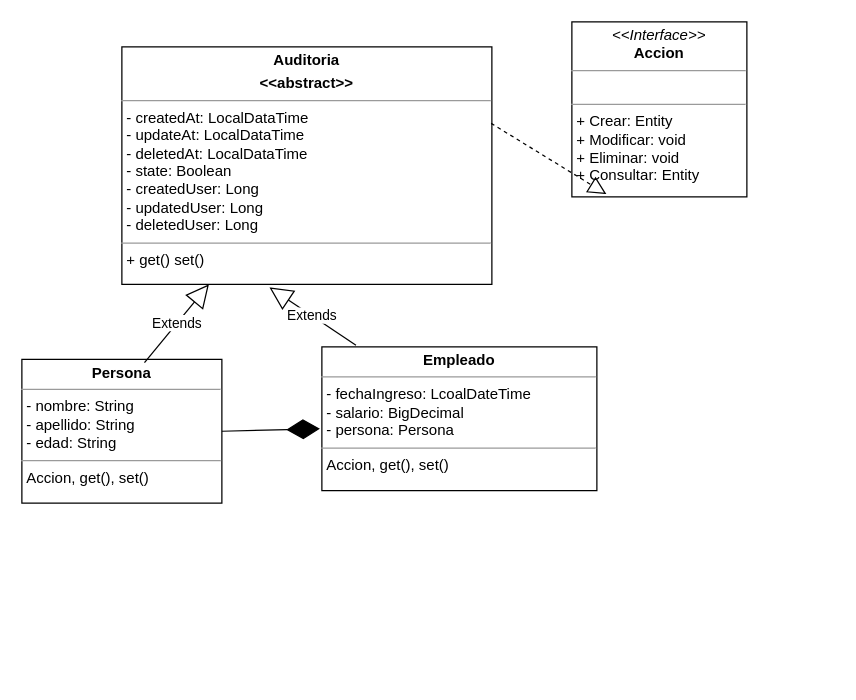
Earlier version of the draw.io diagram 10-Sesión-05-10/Ejemplo.drawio (code-corhuila/analisis-sistemas-2023-b). Source tidied: cells renumbered, new cells numbered last; positions are measured from the earlier drawing's top-left corner, leaving out a move shared by most shapes. Both pictures are drawn from the tidied source at 125%, with x=0, y=0 at pixel (21, 21).
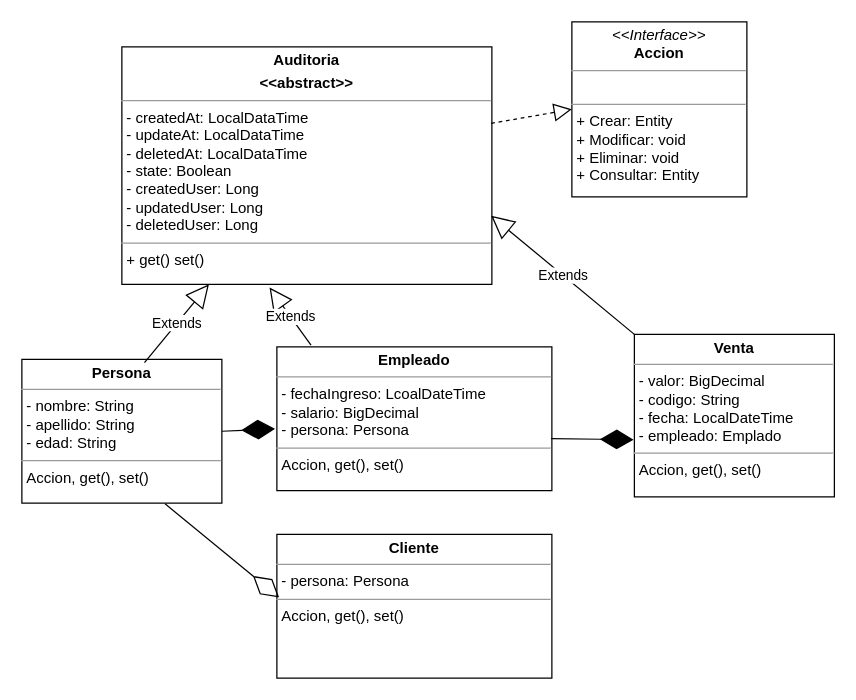
Above is the later version.

The edit, as a diff of the source:
```diff
@@
 <mxGraphModel>
   <root>
     <mxCell id="0" />
     <mxCell id="1" parent="0" />
     <mxCell id="2" value="&lt;p style=&quot;margin:0px;margin-top:4px;text-align:center;&quot;&gt;&lt;i&gt;&amp;lt;&amp;lt;Interface&amp;gt;&amp;gt;&lt;/i&gt;&lt;br&gt;&lt;b&gt;Accion&lt;/b&gt;&lt;/p&gt;&lt;hr size=&quot;1&quot;&gt;&lt;p style=&quot;margin:0px;margin-left:4px;&quot;&gt;&lt;br&gt;&lt;/p&gt;&lt;hr size=&quot;1&quot;&gt;&lt;p style=&quot;margin:0px;margin-left:4px;&quot;&gt;+ Crear: Entity&lt;br&gt;+ Modificar: void&lt;/p&gt;&lt;p style=&quot;margin:0px;margin-left:4px;&quot;&gt;+ Eliminar: void&lt;br&gt;&lt;/p&gt;&lt;p style=&quot;margin:0px;margin-left:4px;&quot;&gt;+ Consultar: Entity&lt;br&gt;&lt;/p&gt;" style="verticalAlign=top;align=left;overflow=fill;fontSize=12;fontFamily=Helvetica;html=1;whiteSpace=wrap;" parent="1" vertex="1">
       <mxGeometry x="440" width="140" height="140" as="geometry" />
     </mxCell>
     <mxCell id="3" value="&lt;p style=&quot;margin:0px;margin-top:4px;text-align:center;&quot;&gt;&lt;b&gt;Persona&lt;/b&gt;&lt;/p&gt;&lt;hr size=&quot;1&quot;&gt;&lt;p style=&quot;margin:0px;margin-left:4px;&quot;&gt;- nombre: String&lt;/p&gt;&lt;p style=&quot;margin:0px;margin-left:4px;&quot;&gt;- apellido: String&lt;br&gt;&lt;/p&gt;&lt;p style=&quot;margin:0px;margin-left:4px;&quot;&gt;- edad: String&lt;br&gt;&lt;/p&gt;&lt;hr size=&quot;1&quot;&gt;&lt;p style=&quot;margin:0px;margin-left:4px;&quot;&gt;Accion, get(), set()&lt;/p&gt;" style="verticalAlign=top;align=left;overflow=fill;fontSize=12;fontFamily=Helvetica;html=1;whiteSpace=wrap;" parent="1" vertex="1">
       <mxGeometry y="270" width="160" height="115" as="geometry" />
     </mxCell>
     <mxCell id="4" value="&lt;p style=&quot;margin:0px;margin-top:4px;text-align:center;&quot;&gt;&lt;b&gt;Auditoria&lt;/b&gt;&lt;/p&gt;&lt;p style=&quot;margin:0px;margin-top:4px;text-align:center;&quot;&gt;&lt;b&gt;&amp;lt;&amp;lt;abstract&amp;gt;&amp;gt;&lt;/b&gt;&lt;/p&gt;&lt;hr size=&quot;1&quot;&gt;&lt;p style=&quot;margin:0px;margin-left:4px;&quot;&gt;- createdAt: LocalDataTime&lt;/p&gt;&lt;p style=&quot;margin:0px;margin-left:4px;&quot;&gt;- updateAt: LocalDataTime&lt;br&gt;&lt;/p&gt;&lt;p style=&quot;margin:0px;margin-left:4px;&quot;&gt;- deletedAt: LocalDataTime&lt;br&gt;&lt;/p&gt;&lt;p style=&quot;margin:0px;margin-left:4px;&quot;&gt;- state: Boolean&lt;/p&gt;&lt;p style=&quot;margin:0px;margin-left:4px;&quot;&gt;- createdUser: Long&lt;/p&gt;&lt;p style=&quot;margin:0px;margin-left:4px;&quot;&gt;- updatedUser: Long&lt;/p&gt;&lt;p style=&quot;margin:0px;margin-left:4px;&quot;&gt;- deletedUser: Long&lt;/p&gt;&lt;hr size=&quot;1&quot;&gt;&lt;p style=&quot;margin:0px;margin-left:4px;&quot;&gt;+ get() set()&lt;/p&gt;" style="verticalAlign=top;align=left;overflow=fill;fontSize=12;fontFamily=Helvetica;html=1;whiteSpace=wrap;" parent="1" vertex="1">
       <mxGeometry x="80" y="20" width="296" height="190" as="geometry" />
     </mxCell>
     <mxCell id="5" value="Extends" style="endArrow=block;endSize=16;endFill=0;html=1;rounded=0;exitX=0.613;exitY=0.022;exitDx=0;exitDy=0;exitPerimeter=0;" parent="1" edge="1" source="3" target="4">
       <mxGeometry relative="1" as="geometry" />
     </mxCell>
-    <mxCell id="6" style="endArrow=block;dashed=1;endFill=0;endSize=12;html=1;rounded=0;entryX=0.197;entryY=0.984;entryDx=0;entryDy=0;entryPerimeter=0;exitX=0.998;exitY=0.322;exitDx=0;exitDy=0;exitPerimeter=0;" parent="1" edge="1" source="4" target="2">
+    <mxCell id="6" style="endArrow=block;dashed=1;endFill=0;endSize=12;html=1;rounded=0;entryX=0;entryY=0.5;entryDx=0;entryDy=0;exitX=0.998;exitY=0.322;exitDx=0;exitDy=0;exitPerimeter=0;" parent="1" edge="1" source="4" target="2">
       <mxGeometry relative="1" as="geometry" />
     </mxCell>
     <mxCell id="7" value="&lt;p style=&quot;margin:0px;margin-top:4px;text-align:center;&quot;&gt;&lt;b&gt;Empleado&lt;/b&gt;&lt;/p&gt;&lt;hr size=&quot;1&quot;&gt;&lt;p style=&quot;margin:0px;margin-left:4px;&quot;&gt;- fechaIngreso: LcoalDateTime&lt;/p&gt;&lt;p style=&quot;margin:0px;margin-left:4px;&quot;&gt;- salario: BigDecimal&lt;/p&gt;&lt;p style=&quot;margin:0px;margin-left:4px;&quot;&gt;- persona: Persona&lt;/p&gt;&lt;hr size=&quot;1&quot;&gt;&lt;p style=&quot;margin:0px;margin-left:4px;&quot;&gt;Accion, get(), set()&lt;br&gt;&lt;/p&gt;" style="verticalAlign=top;align=left;overflow=fill;fontSize=12;fontFamily=Helvetica;html=1;whiteSpace=wrap;" parent="1" vertex="1">
-      <mxGeometry x="240" y="260" width="220" height="115" as="geometry" />
+      <mxGeometry x="204" y="260" width="220" height="115" as="geometry" />
     </mxCell>
     <mxCell id="8" value="Extends" style="endArrow=block;endSize=16;endFill=0;html=1;rounded=0;exitX=0.124;exitY=-0.012;exitDx=0;exitDy=0;exitPerimeter=0;entryX=0.399;entryY=1.013;entryDx=0;entryDy=0;entryPerimeter=0;" parent="1" edge="1" source="7" target="4">
       <mxGeometry relative="1" as="geometry" />
     </mxCell>
     <mxCell id="9" style="endArrow=diamondThin;endFill=1;endSize=24;html=1;rounded=0;entryX=-0.007;entryY=0.57;entryDx=0;entryDy=0;entryPerimeter=0;exitX=1;exitY=0.5;exitDx=0;exitDy=0;" parent="1" edge="1" source="3" target="7">
       <mxGeometry relative="1" as="geometry" />
     </mxCell>
+    <mxCell id="10" value="&lt;p style=&quot;margin:0px;margin-top:4px;text-align:center;&quot;&gt;&lt;b&gt;Venta&lt;/b&gt;&lt;/p&gt;&lt;hr size=&quot;1&quot;&gt;&lt;p style=&quot;margin:0px;margin-left:4px;&quot;&gt;- valor: BigDecimal&lt;/p&gt;&lt;p style=&quot;margin:0px;margin-left:4px;&quot;&gt;- codigo: String&lt;br&gt;&lt;/p&gt;&lt;p style=&quot;margin:0px;margin-left:4px;&quot;&gt;- fecha: LocalDateTime&lt;br&gt;&lt;/p&gt;&lt;p style=&quot;margin:0px;margin-left:4px;&quot;&gt;- empleado: Emplado&lt;/p&gt;&lt;hr size=&quot;1&quot;&gt;&lt;p style=&quot;margin:0px;margin-left:4px;&quot;&gt;Accion, get(), set()&lt;/p&gt;" style="verticalAlign=top;align=left;overflow=fill;fontSize=12;fontFamily=Helvetica;html=1;whiteSpace=wrap;" parent="1" vertex="1">
+      <mxGeometry x="490" y="250" width="160" height="130" as="geometry" />
+    </mxCell>
+    <mxCell id="11" style="endArrow=diamondThin;endFill=1;endSize=24;html=1;rounded=0;entryX=-0.004;entryY=0.648;entryDx=0;entryDy=0;entryPerimeter=0;exitX=0.997;exitY=0.638;exitDx=0;exitDy=0;exitPerimeter=0;" parent="1" edge="1" source="7" target="10">
+      <mxGeometry relative="1" as="geometry" />
+    </mxCell>
+    <mxCell id="12" value="Extends" style="endArrow=block;endSize=16;endFill=0;html=1;rounded=0;exitX=0;exitY=0;exitDx=0;exitDy=0;entryX=0.998;entryY=0.711;entryDx=0;entryDy=0;entryPerimeter=0;" parent="1" edge="1" source="10" target="4">
+      <mxGeometry relative="1" as="geometry" />
+    </mxCell>
+    <mxCell id="13" value="&lt;p style=&quot;margin:0px;margin-top:4px;text-align:center;&quot;&gt;&lt;b&gt;Cliente&lt;/b&gt;&lt;/p&gt;&lt;hr size=&quot;1&quot;&gt;&lt;p style=&quot;margin:0px;margin-left:4px;&quot;&gt;&lt;span style=&quot;background-color: initial;&quot;&gt;- persona: Persona&lt;/span&gt;&lt;br&gt;&lt;/p&gt;&lt;hr size=&quot;1&quot;&gt;&lt;p style=&quot;margin:0px;margin-left:4px;&quot;&gt;Accion, get(), set()&lt;br&gt;&lt;/p&gt;" style="verticalAlign=top;align=left;overflow=fill;fontSize=12;fontFamily=Helvetica;html=1;whiteSpace=wrap;" parent="1" vertex="1">
+      <mxGeometry x="204" y="410" width="220" height="115" as="geometry" />
+    </mxCell>
+    <mxCell id="14" style="endArrow=diamondThin;endFill=0;endSize=24;html=1;rounded=0;exitX=0.716;exitY=1.005;exitDx=0;exitDy=0;exitPerimeter=0;entryX=0.008;entryY=0.438;entryDx=0;entryDy=0;entryPerimeter=0;" parent="1" edge="1" source="3" target="13">
+      <mxGeometry relative="1" as="geometry" />
+    </mxCell>
   </root>
 </mxGraphModel>
```
